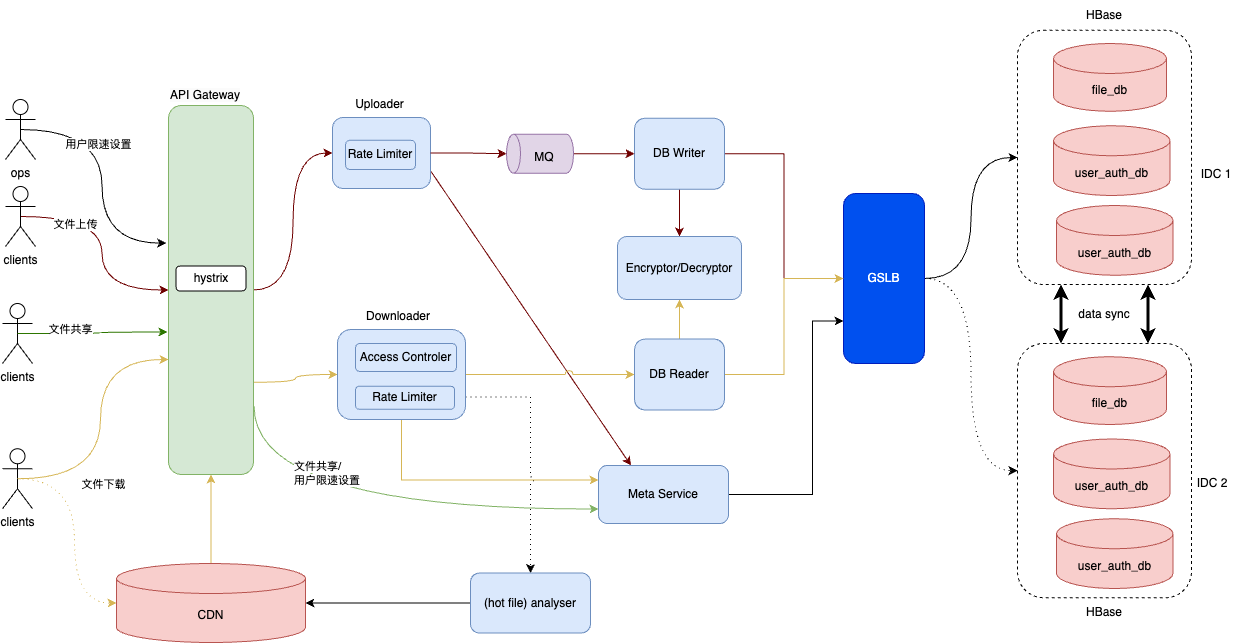
Before: pictures/network_storage/redesign.drawio.png, a diagram exported from draw.io (alikWu/system-design). Source tidied: cells renumbered, new cells last; positions are measured from the earlier drawing's top-left corner, leaving out a move shared by most shapes.
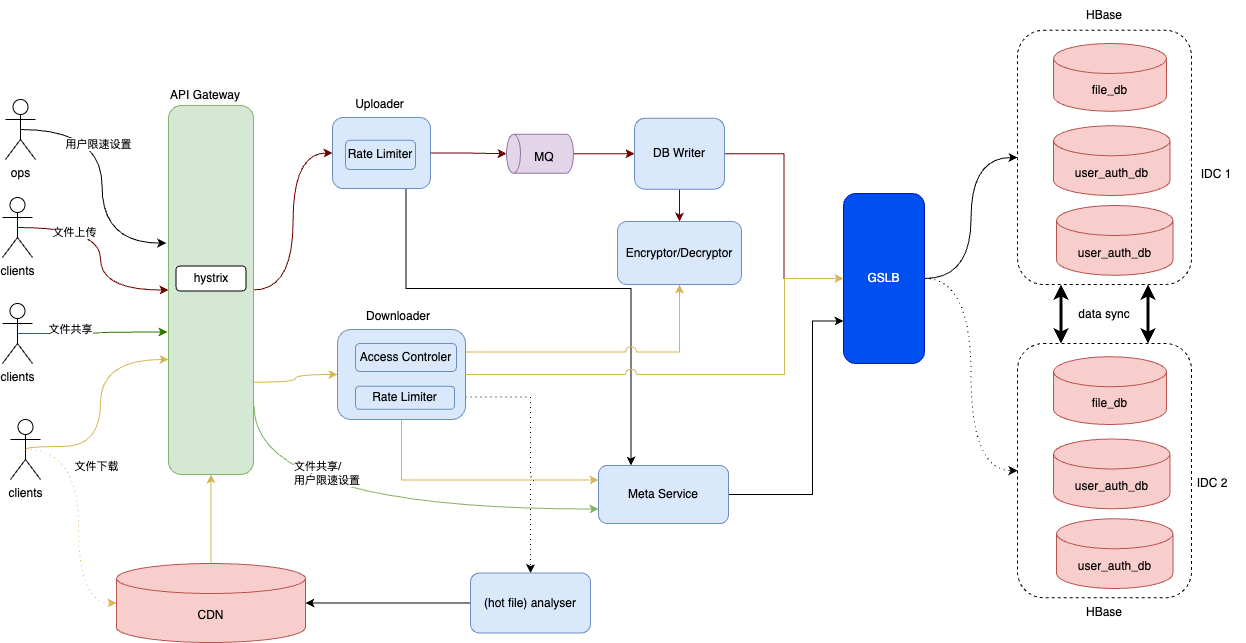
After the change.

What changed in the source:
```diff
@@ -20,7 +20,7 @@
       </mxGeometry>
     </mxCell>
     <mxCell id="7" value="clients" style="shape=umlActor;verticalLabelPosition=bottom;verticalAlign=top;html=1;outlineConnect=0;" parent="1" vertex="1">
-      <mxGeometry x="3" y="186" width="30" height="60" as="geometry" />
+      <mxGeometry y="197" width="30" height="60" as="geometry" />
     </mxCell>
     <mxCell id="8" style="edgeStyle=orthogonalEdgeStyle;rounded=0;jettySize=auto;html=1;exitX=1;exitY=0.5;exitDx=0;exitDy=0;entryX=0;entryY=0.5;entryDx=0;entryDy=0;curved=1;fillColor=#a20025;strokeColor=#6F0000;" parent="1" edge="1" source="11" target="16">
       <mxGeometry relative="1" as="geometry" />
@@ -47,8 +47,13 @@
     <mxCell id="14" value="DB Writer" style="rounded=1;whiteSpace=wrap;html=1;fillColor=#dae8fc;strokeColor=#6c8ebf;" parent="1" vertex="1">
       <mxGeometry x="632" y="117.8" width="90" height="71" as="geometry" />
     </mxCell>
-    <mxCell id="15" style="rounded=1;jettySize=auto;html=1;exitX=1;exitY=0.75;exitDx=0;exitDy=0;entryX=0.25;entryY=0;entryDx=0;entryDy=0;fillColor=#a20025;strokeColor=#6F0000;curved=0;" parent="1" edge="1" source="16" target="31">
-      <mxGeometry relative="1" as="geometry" />
+    <mxCell id="15" style="edgeStyle=orthogonalEdgeStyle;rounded=0;jettySize=auto;html=1;exitX=0.75;exitY=1;exitDx=0;exitDy=0;entryX=0.25;entryY=0;entryDx=0;entryDy=0;" parent="1" edge="1" source="16" target="31">
+      <mxGeometry relative="1" as="geometry">
+        <Array as="points">
+          <mxPoint x="404" y="288" />
+          <mxPoint x="629" y="288" />
+        </Array>
+      </mxGeometry>
     </mxCell>
     <mxCell id="16" style="rounded=1;whiteSpace=wrap;html=1;fillColor=#dae8fc;strokeColor=#6c8ebf;" parent="1" vertex="1">
       <mxGeometry x="330" y="117" width="98" height="71" as="geometry" />
@@ -71,15 +76,15 @@
     <mxCell id="22" style="edgeStyle=orthogonalEdgeStyle;rounded=0;jettySize=auto;html=1;exitX=1;exitY=0.5;exitDx=0;exitDy=0;entryX=0.5;entryY=0;entryDx=0;entryDy=0;entryPerimeter=0;fillColor=#a20025;strokeColor=#6F0000;" parent="1" edge="1" source="16" target="18">
       <mxGeometry relative="1" as="geometry" />
     </mxCell>
-    <mxCell id="23" style="edgeStyle=orthogonalEdgeStyle;rounded=0;jettySize=auto;html=1;exitX=1;exitY=0.5;exitDx=0;exitDy=0;fillColor=#fff2cc;strokeColor=#d6b656;jumpStyle=arc;jumpSize=8;" parent="1" edge="1" source="26" target="50">
-      <mxGeometry relative="1" as="geometry" />
-    </mxCell>
     <mxCell id="24" style="edgeStyle=orthogonalEdgeStyle;rounded=0;jettySize=auto;html=1;exitX=0.5;exitY=1;exitDx=0;exitDy=0;entryX=0;entryY=0.25;entryDx=0;entryDy=0;fillColor=#fff2cc;strokeColor=#d6b656;" parent="1" edge="1" source="26" target="31">
       <mxGeometry relative="1" as="geometry" />
     </mxCell>
     <mxCell id="25" style="edgeStyle=orthogonalEdgeStyle;rounded=0;jettySize=auto;html=1;exitX=1;exitY=0.75;exitDx=0;exitDy=0;jumpStyle=arc;curved=0;dashed=1;dashPattern=1 4;" parent="1" edge="1" source="26" target="67">
       <mxGeometry relative="1" as="geometry" />
     </mxCell>
+    <mxCell id="68" style="edgeStyle=orthogonalEdgeStyle;rounded=0;jettySize=auto;html=1;exitX=1;exitY=0.25;exitDx=0;exitDy=0;entryX=0.5;entryY=1;entryDx=0;entryDy=0;fillColor=#fff2cc;strokeColor=#d6b656;jumpStyle=arc;jumpSize=11;" parent="1" edge="1" source="26" target="51">
+      <mxGeometry relative="1" as="geometry" />
+    </mxCell>
     <mxCell id="26" style="rounded=1;whiteSpace=wrap;html=1;fillColor=#dae8fc;strokeColor=#6c8ebf;" parent="1" vertex="1">
       <mxGeometry x="335" y="329" width="128" height="90" as="geometry" />
     </mxCell>
@@ -128,18 +133,19 @@
     <mxCell id="38" style="edgeStyle=orthogonalEdgeStyle;rounded=0;jettySize=auto;html=1;exitX=0.5;exitY=0.5;exitDx=0;exitDy=0;exitPerimeter=0;curved=1;fillColor=#fff2cc;strokeColor=#d6b656;" parent="1" edge="1" source="40" target="11">
       <mxGeometry relative="1" as="geometry">
         <Array as="points">
-          <mxPoint x="98" y="478" />
+          <mxPoint x="23" y="446" />
+          <mxPoint x="98" y="446" />
           <mxPoint x="98" y="359" />
         </Array>
       </mxGeometry>
     </mxCell>
     <mxCell id="39" value="文件下载" style="edgeLabel;html=1;align=center;verticalAlign=middle;" parent="38" vertex="1">
       <mxGeometry x="-0.18" y="11" relative="1" as="geometry">
-        <mxPoint x="13" y="33" as="offset" />
+        <mxPoint x="6" y="37" as="offset" />
       </mxGeometry>
     </mxCell>
     <mxCell id="40" value="clients" style="shape=umlActor;verticalLabelPosition=bottom;verticalAlign=top;html=1;outlineConnect=0;" parent="1" vertex="1">
-      <mxGeometry y="448.2" width="30" height="60" as="geometry" />
+      <mxGeometry x="8" y="419" width="30" height="60" as="geometry" />
     </mxCell>
     <mxCell id="41" value="file_db" style="shape=cylinder3;whiteSpace=wrap;html=1;boundedLbl=1;backgroundOutline=1;size=15;fillColor=#f8cecc;strokeColor=#b85450;" parent="1" vertex="1">
       <mxGeometry x="1051" y="43" width="113" height="67.8" as="geometry" />
@@ -162,17 +168,16 @@
     <mxCell id="47" value="data sync" style="text;html=1;align=center;verticalAlign=middle;whiteSpace=wrap;rounded=0;" parent="1" vertex="1">
       <mxGeometry x="1072" y="299" width="60" height="30" as="geometry" />
     </mxCell>
-    <mxCell id="48" style="edgeStyle=orthogonalEdgeStyle;rounded=0;jettySize=auto;html=1;exitX=0.5;exitY=0;exitDx=0;exitDy=0;fillColor=#fff2cc;strokeColor=#d6b656;" parent="1" edge="1" source="50" target="51">
-      <mxGeometry relative="1" as="geometry" />
-    </mxCell>
-    <mxCell id="49" style="edgeStyle=orthogonalEdgeStyle;rounded=0;jettySize=auto;html=1;exitX=1;exitY=0.5;exitDx=0;exitDy=0;entryX=0;entryY=0.5;entryDx=0;entryDy=0;fillColor=#fff2cc;strokeColor=#d6b656;" parent="1" edge="1" source="50" target="44">
-      <mxGeometry relative="1" as="geometry" />
+    <mxCell id="49" style="edgeStyle=orthogonalEdgeStyle;rounded=0;jettySize=auto;html=1;exitX=1;exitY=0.5;exitDx=0;exitDy=0;entryX=0;entryY=0.5;entryDx=0;entryDy=0;fillColor=#fff2cc;strokeColor=#d6b656;jumpStyle=arc;jumpSize=11;" parent="1" edge="1" source="26" target="44">
+      <mxGeometry relative="1" as="geometry">
+        <Array as="points">
+          <mxPoint x="782" y="374" />
+          <mxPoint x="782" y="278" />
+        </Array>
+      </mxGeometry>
     </mxCell>
-    <mxCell id="50" value="DB Reader" style="rounded=1;whiteSpace=wrap;html=1;fillColor=#dae8fc;strokeColor=#6c8ebf;" parent="1" vertex="1">
-      <mxGeometry x="632" y="338.5" width="90" height="71" as="geometry" />
-    </mxCell>
     <mxCell id="51" value="Encryptor/Decryptor" style="rounded=1;whiteSpace=wrap;html=1;fillColor=#dae8fc;strokeColor=#6c8ebf;" parent="1" vertex="1">
-      <mxGeometry x="615" y="236" width="124" height="63" as="geometry" />
+      <mxGeometry x="615" y="221" width="124" height="63" as="geometry" />
     </mxCell>
     <mxCell id="52" value="user_auth_db" style="shape=cylinder3;whiteSpace=wrap;html=1;boundedLbl=1;backgroundOutline=1;size=15;fillColor=#f8cecc;strokeColor=#b85450;" parent="1" vertex="1">
       <mxGeometry x="1051" y="125.2" width="116.5" height="69.8" as="geometry" />
```
